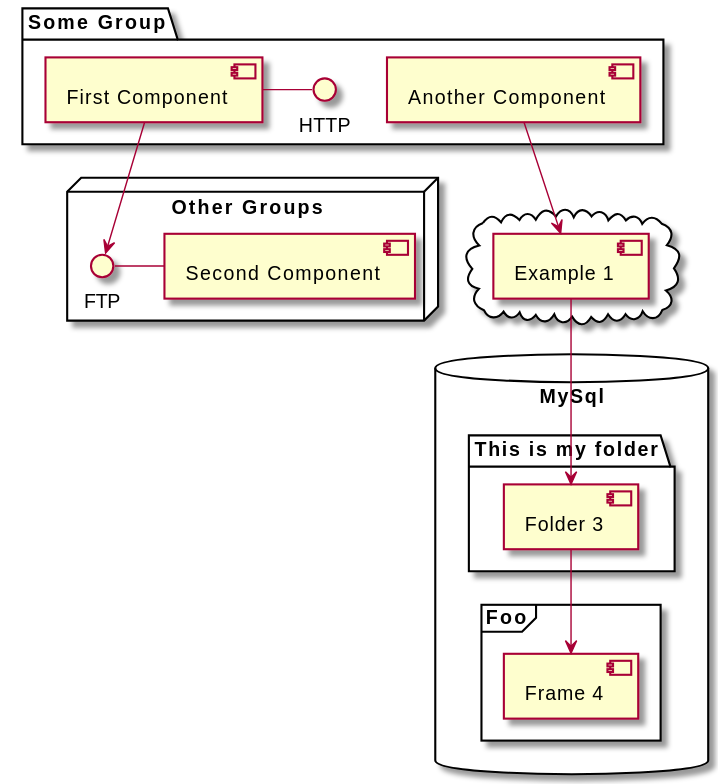
This is uml/class_diagrams/component_diagrams/component_diagram.svg from amatzen/SE02-SE-G02-SPRO, a PlantUML export, as it was before one commit.
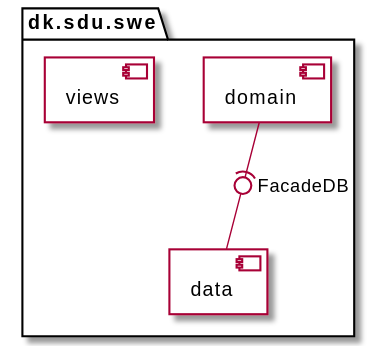
Later version of the same file.

Diff of the diagram source:
```diff
@@ -1,33 +1,17 @@
 @startuml
+package "dk.sdu.swe" {
+component "domain" as domain {
 
-
-package "Some Group" {
-  HTTP - [First Component]
-  [Another Component]
 }
 
-node "Other Groups" {
-  FTP - [Second Component]
-  [First Component] --> FTP
+component "data" as data {
 }
 
-cloud {
-  [Example 1]
+component "views" as views {
 }
 
+domain -(0- data : FacadeDB
 
-database "MySql" {
-  folder "This is my folder" {
-    [Folder 3]
-  }
-  frame "Foo" {
-    [Frame 4]
-  }
 }
 
-
-[Another Component] --> [Example 1]
-[Example 1] --> [Folder 3]
-[Folder 3] --> [Frame 4]
-
 @enduml
```
